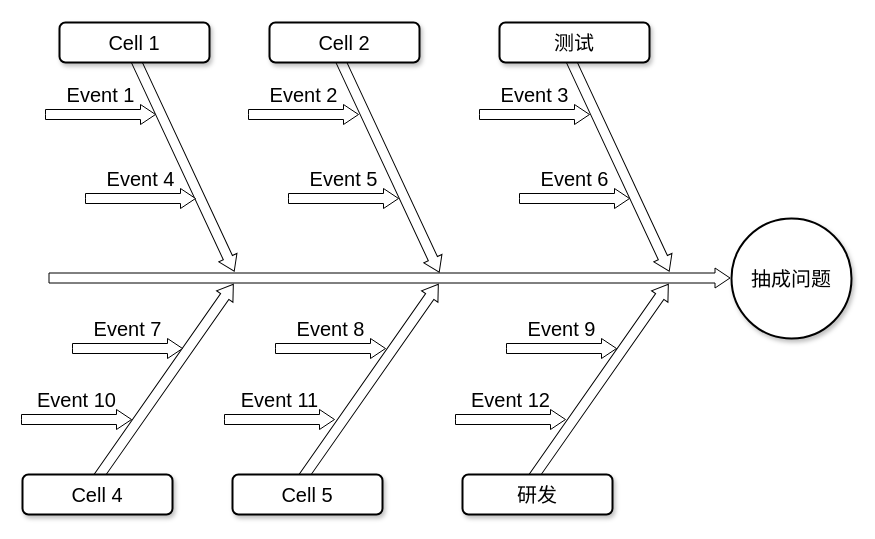
Before: 抽成问题.drawio in assugang/chartflow, a draw.io diagram. Source tidied: cells renumbered, new cells numbered last; positions are measured from the earlier drawing's top-left corner, leaving out a move shared by most shapes. Both pictures are drawn from the tidied source at 100%, with x=0, y=0 at pixel (22, -63).
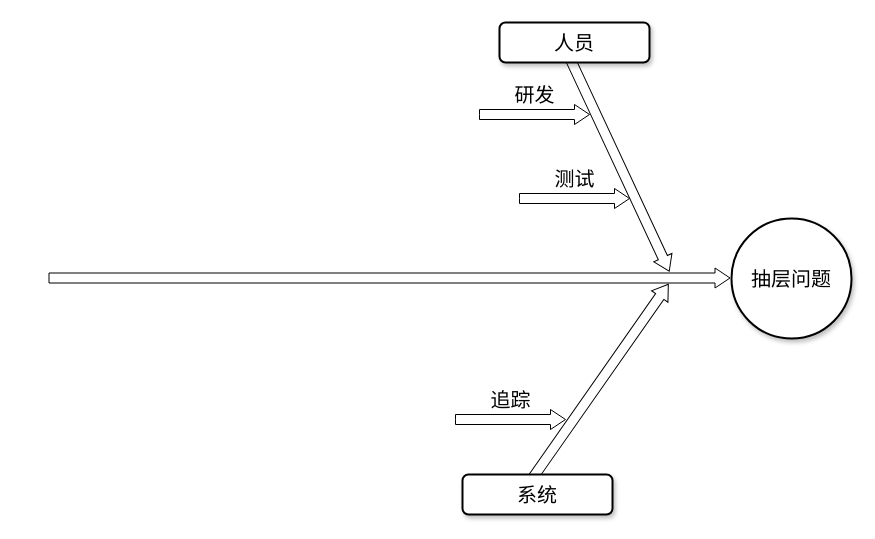
After the change.

Change to the diagram source:
```diff
@@
-    <mxCell id="2" style="html=1;shadow=0;dashed=0;align=center;verticalAlign=middle;shape=mxgraph.arrows2.arrow;dy=0.5;dx=15;direction=north;notch=0;rounded=0;strokeWidth=1;fontSize=20;rotation=35;" parent="1" vertex="1">
-      <mxGeometry x="132" y="325" width="20" height="240" as="geometry" />
-    </mxCell>
-    <mxCell id="3" style="html=1;shadow=0;dashed=0;align=center;verticalAlign=middle;shape=mxgraph.arrows2.arrow;dy=0.5;dx=15;direction=north;notch=0;rounded=0;strokeWidth=1;fontSize=20;rotation=35;" parent="1" vertex="1">
-      <mxGeometry x="337" y="325" width="20" height="240" as="geometry" />
-    </mxCell>
@@
-    <mxCell id="6" style="html=1;shadow=0;dashed=0;align=center;verticalAlign=middle;shape=mxgraph.arrows2.arrow;dy=0.5;dx=15;direction=north;notch=0;rounded=0;strokeWidth=1;fontSize=20;rotation=155;" parent="1" vertex="1">
-      <mxGeometry x="151" y="105" width="20" height="240" as="geometry" />
-    </mxCell>
-    <mxCell id="7" style="html=1;shadow=0;dashed=0;align=center;verticalAlign=middle;shape=mxgraph.arrows2.arrow;dy=0.5;dx=15;direction=north;notch=0;rounded=0;strokeWidth=1;fontSize=20;rotation=155;" parent="1" vertex="1">
-      <mxGeometry x="356" y="106" width="20" height="240" as="geometry" />
-    </mxCell>
@@
-    <mxCell id="9" value="Cell 1" style="rounded=1;whiteSpace=wrap;html=1;shadow=1;strokeWidth=2;fontSize=20;" parent="1" vertex="1">
-      <mxGeometry x="37" y="85" width="150" height="40" as="geometry" />
-    </mxCell>
-    <mxCell id="10" value="Cell 2" style="rounded=1;whiteSpace=wrap;html=1;shadow=1;strokeWidth=2;fontSize=20;" parent="1" vertex="1">
-      <mxGeometry x="247" y="85" width="150" height="40" as="geometry" />
-    </mxCell>
-    <mxCell id="11" value="测试" style="rounded=1;whiteSpace=wrap;html=1;shadow=1;strokeWidth=2;fontSize=20;" parent="1" vertex="1">
+    <mxCell id="11" value="人员" style="rounded=1;whiteSpace=wrap;html=1;shadow=1;strokeWidth=2;fontSize=20;" parent="1" vertex="1">
       <mxGeometry x="477" y="85" width="150" height="40" as="geometry" />
     </mxCell>
-    <mxCell id="12" value="Cell 4" style="rounded=1;whiteSpace=wrap;html=1;shadow=1;strokeWidth=2;fontSize=20;" parent="1" vertex="1">
-      <mxGeometry y="537" width="150" height="40" as="geometry" />
-    </mxCell>
-    <mxCell id="13" value="Cell 5" style="rounded=1;whiteSpace=wrap;html=1;shadow=1;strokeWidth=2;fontSize=20;" parent="1" vertex="1">
-      <mxGeometry x="210" y="537" width="150" height="40" as="geometry" />
-    </mxCell>
-    <mxCell id="14" value="研发" style="rounded=1;whiteSpace=wrap;html=1;shadow=1;strokeWidth=2;fontSize=20;" parent="1" vertex="1">
+    <mxCell id="14" value="系统" style="rounded=1;whiteSpace=wrap;html=1;shadow=1;strokeWidth=2;fontSize=20;" parent="1" vertex="1">
       <mxGeometry x="440" y="537" width="150" height="40" as="geometry" />
     </mxCell>
-    <mxCell id="15" value="抽成问题" style="ellipse;whiteSpace=wrap;html=1;rounded=1;shadow=1;strokeWidth=2;fontSize=20;" parent="1" vertex="1">
+    <mxCell id="15" value="抽层问题" style="ellipse;whiteSpace=wrap;html=1;rounded=1;shadow=1;strokeWidth=2;fontSize=20;" parent="1" vertex="1">
       <mxGeometry x="709" y="281" width="120" height="120" as="geometry" />
     </mxCell>
-    <mxCell id="16" value="Event 1" style="html=1;shadow=0;dashed=0;align=center;verticalAlign=middle;shape=mxgraph.arrows2.arrow;dy=0.5;dx=15;direction=north;notch=0;rounded=0;strokeWidth=1;fontSize=20;rotation=90;horizontal=0;labelPosition=left;verticalLabelPosition=middle;" parent="1" vertex="1">
-      <mxGeometry x="68" y="122" width="20" height="110" as="geometry" />
-    </mxCell>
-    <mxCell id="17" value="Event 2" style="html=1;shadow=0;dashed=0;align=center;verticalAlign=middle;shape=mxgraph.arrows2.arrow;dy=0.5;dx=15;direction=north;notch=0;rounded=0;strokeWidth=1;fontSize=20;rotation=90;horizontal=0;labelPosition=left;verticalLabelPosition=middle;" parent="1" vertex="1">
-      <mxGeometry x="271" y="122" width="20" height="110" as="geometry" />
-    </mxCell>
-    <mxCell id="18" value="Event 3" style="html=1;shadow=0;dashed=0;align=center;verticalAlign=middle;shape=mxgraph.arrows2.arrow;dy=0.5;dx=15;direction=north;notch=0;rounded=0;strokeWidth=1;fontSize=20;rotation=90;horizontal=0;labelPosition=left;verticalLabelPosition=middle;" parent="1" vertex="1">
+    <mxCell id="18" value="研发" style="html=1;shadow=0;dashed=0;align=center;verticalAlign=middle;shape=mxgraph.arrows2.arrow;dy=0.5;dx=15;direction=north;notch=0;rounded=0;strokeWidth=1;fontSize=20;rotation=90;horizontal=0;labelPosition=left;verticalLabelPosition=middle;" parent="1" vertex="1">
       <mxGeometry x="502" y="122" width="20" height="110" as="geometry" />
     </mxCell>
-    <mxCell id="19" value="Event 10" style="html=1;shadow=0;dashed=0;align=center;verticalAlign=middle;shape=mxgraph.arrows2.arrow;dy=0.5;dx=15;direction=north;notch=0;rounded=0;strokeWidth=1;fontSize=20;rotation=90;horizontal=0;labelPosition=left;verticalLabelPosition=middle;" parent="1" vertex="1">
-      <mxGeometry x="44" y="427" width="20" height="110" as="geometry" />
-    </mxCell>
-    <mxCell id="20" value="Event 11" style="html=1;shadow=0;dashed=0;align=center;verticalAlign=middle;shape=mxgraph.arrows2.arrow;dy=0.5;dx=15;direction=north;notch=0;rounded=0;strokeWidth=1;fontSize=20;rotation=90;horizontal=0;labelPosition=left;verticalLabelPosition=middle;" parent="1" vertex="1">
-      <mxGeometry x="247" y="427" width="20" height="110" as="geometry" />
-    </mxCell>
-    <mxCell id="21" value="Event 12" style="html=1;shadow=0;dashed=0;align=center;verticalAlign=middle;shape=mxgraph.arrows2.arrow;dy=0.5;dx=15;direction=north;notch=0;rounded=0;strokeWidth=1;fontSize=20;rotation=90;horizontal=0;labelPosition=left;verticalLabelPosition=middle;" parent="1" vertex="1">
+    <mxCell id="21" value="追踪" style="html=1;shadow=0;dashed=0;align=center;verticalAlign=middle;shape=mxgraph.arrows2.arrow;dy=0.5;dx=15;direction=north;notch=0;rounded=0;strokeWidth=1;fontSize=20;rotation=90;horizontal=0;labelPosition=left;verticalLabelPosition=middle;" parent="1" vertex="1">
       <mxGeometry x="478" y="427" width="20" height="110" as="geometry" />
     </mxCell>
-    <mxCell id="22" value="Event 4" style="html=1;shadow=0;dashed=0;align=center;verticalAlign=middle;shape=mxgraph.arrows2.arrow;dy=0.5;dx=15;direction=north;notch=0;rounded=0;strokeWidth=1;fontSize=20;rotation=90;horizontal=0;labelPosition=left;verticalLabelPosition=middle;" parent="1" vertex="1">
-      <mxGeometry x="108" y="206" width="20" height="110" as="geometry" />
-    </mxCell>
-    <mxCell id="23" value="Event 5" style="html=1;shadow=0;dashed=0;align=center;verticalAlign=middle;shape=mxgraph.arrows2.arrow;dy=0.5;dx=15;direction=north;notch=0;rounded=0;strokeWidth=1;fontSize=20;rotation=90;horizontal=0;labelPosition=left;verticalLabelPosition=middle;" parent="1" vertex="1">
-      <mxGeometry x="311" y="206" width="20" height="110" as="geometry" />
-    </mxCell>
-    <mxCell id="24" value="Event 6" style="html=1;shadow=0;dashed=0;align=center;verticalAlign=middle;shape=mxgraph.arrows2.arrow;dy=0.5;dx=15;direction=north;notch=0;rounded=0;strokeWidth=1;fontSize=20;rotation=90;horizontal=0;labelPosition=left;verticalLabelPosition=middle;" parent="1" vertex="1">
+    <mxCell id="24" value="测试" style="html=1;shadow=0;dashed=0;align=center;verticalAlign=middle;shape=mxgraph.arrows2.arrow;dy=0.5;dx=15;direction=north;notch=0;rounded=0;strokeWidth=1;fontSize=20;rotation=90;horizontal=0;labelPosition=left;verticalLabelPosition=middle;" parent="1" vertex="1">
       <mxGeometry x="542" y="206" width="20" height="110" as="geometry" />
     </mxCell>
-    <mxCell id="25" value="Event 7" style="html=1;shadow=0;dashed=0;align=center;verticalAlign=middle;shape=mxgraph.arrows2.arrow;dy=0.5;dx=15;direction=north;notch=0;rounded=0;strokeWidth=1;fontSize=20;rotation=90;horizontal=0;labelPosition=left;verticalLabelPosition=middle;" parent="1" vertex="1">
-      <mxGeometry x="95" y="356" width="20" height="110" as="geometry" />
-    </mxCell>
-    <mxCell id="26" value="Event 8" style="html=1;shadow=0;dashed=0;align=center;verticalAlign=middle;shape=mxgraph.arrows2.arrow;dy=0.5;dx=15;direction=north;notch=0;rounded=0;strokeWidth=1;fontSize=20;rotation=90;horizontal=0;labelPosition=left;verticalLabelPosition=middle;" parent="1" vertex="1">
-      <mxGeometry x="298" y="356" width="20" height="110" as="geometry" />
-    </mxCell>
-    <mxCell id="27" value="Event 9" style="html=1;shadow=0;dashed=0;align=center;verticalAlign=middle;shape=mxgraph.arrows2.arrow;dy=0.5;dx=15;direction=north;notch=0;rounded=0;strokeWidth=1;fontSize=20;rotation=90;horizontal=0;labelPosition=left;verticalLabelPosition=middle;" parent="1" vertex="1">
-      <mxGeometry x="529" y="356" width="20" height="110" as="geometry" />
-    </mxCell>
```
